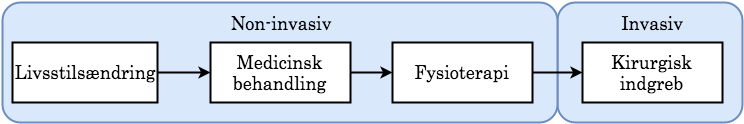
Earlier version of the draw.io export Projekt/figures/bProblemanalyse/flowchart_behandlingsforloeb_rettet.PNG (oliverDam/ST5-Gr5406). Source tidied: cells renumbered, new cells last; positions are measured from the earlier drawing's top-left corner, leaving out a move shared by most shapes.
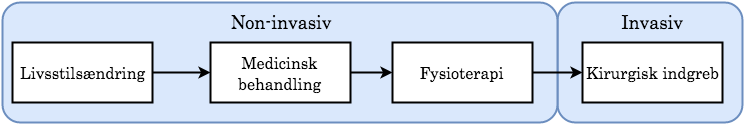
The same diagram one commit later.

Diff of the diagram source:
```diff
@@ -5,35 +5,35 @@
     <mxCell id="2" style="rounded=1;whiteSpace=wrap;html=1;shadow=0;glass=0;comic=0;strokeColor=#6c8ebf;strokeWidth=2;fontSize=18;fillColor=#dae8fc;fontFamily=Century;" parent="1" vertex="1">
       <mxGeometry x="555" width="185" height="120" as="geometry" />
     </mxCell>
-    <mxCell id="3" style="rounded=1;whiteSpace=wrap;html=1;shadow=0;glass=0;comic=0;strokeColor=#6c8ebf;strokeWidth=2;fontSize=18;fillColor=#dae8fc;fontFamily=Century;" parent="1" vertex="1">
+    <mxCell id="3" style="rounded=1;whiteSpace=wrap;html=1;shadow=0;glass=0;comic=0;strokeColor=#6c8ebf;strokeWidth=2;fontSize=18;fillColor=#dae8fc;fontFamily=Century;gradientColor=none;" parent="1" vertex="1">
       <mxGeometry width="555" height="120" as="geometry" />
     </mxCell>
     <mxCell id="4" style="edgeStyle=none;rounded=0;html=1;exitX=1;exitY=0.5;entryX=0;entryY=0.5;startArrow=none;startFill=0;endArrow=classic;endFill=1;jettySize=auto;strokeColor=#000000;strokeWidth=2;fontSize=18;fontFamily=Century;" parent="1" edge="1" source="5" target="7">
       <mxGeometry relative="1" as="geometry" />
     </mxCell>
-    <mxCell id="5" value="Livsstilsændring" style="whiteSpace=wrap;html=1;rounded=0;shadow=0;glass=0;comic=0;strokeColor=#000000;strokeWidth=2;fontSize=18;fontFamily=Century;" parent="1" vertex="1">
-      <mxGeometry x="10" y="40" width="145" height="60" as="geometry" />
+    <mxCell id="5" value="&lt;font style=&quot;font-size: 16px&quot;&gt;Livsstilsændring&lt;/font&gt;" style="whiteSpace=wrap;html=1;rounded=0;shadow=0;glass=0;comic=0;strokeColor=#000000;strokeWidth=2;fontSize=18;fontFamily=Century;" parent="1" vertex="1">
+      <mxGeometry x="10" y="40" width="140" height="60" as="geometry" />
     </mxCell>
     <mxCell id="6" style="edgeStyle=none;rounded=0;html=1;exitX=1;exitY=0.5;entryX=0;entryY=0.5;startArrow=none;startFill=0;endArrow=classic;endFill=1;jettySize=auto;strokeColor=#000000;strokeWidth=2;fontSize=18;fontFamily=Century;" parent="1" edge="1" source="7" target="9">
       <mxGeometry relative="1" as="geometry" />
     </mxCell>
-    <mxCell id="7" value="Medicinsk behandling" style="whiteSpace=wrap;html=1;rounded=0;shadow=0;glass=0;comic=0;strokeColor=#000000;strokeWidth=2;fontSize=18;fontFamily=Century;" parent="1" vertex="1">
+    <mxCell id="7" value="&lt;font style=&quot;font-size: 16px&quot;&gt;Medicinsk behandling&lt;/font&gt;" style="whiteSpace=wrap;html=1;rounded=0;shadow=0;glass=0;comic=0;strokeColor=#000000;strokeWidth=2;fontSize=18;fontFamily=Century;" parent="1" vertex="1">
       <mxGeometry x="208" y="40" width="140" height="60" as="geometry" />
     </mxCell>
     <mxCell id="8" style="edgeStyle=none;rounded=0;html=1;exitX=1;exitY=0.5;entryX=0;entryY=0.5;startArrow=none;startFill=0;endArrow=classic;endFill=1;jettySize=auto;strokeColor=#000000;strokeWidth=2;fontSize=18;fontFamily=Century;" parent="1" edge="1" source="9" target="10">
       <mxGeometry relative="1" as="geometry" />
     </mxCell>
-    <mxCell id="9" value="Fysioterapi" style="whiteSpace=wrap;html=1;rounded=0;shadow=0;glass=0;comic=0;strokeColor=#000000;strokeWidth=2;fontSize=18;fontFamily=Century;" parent="1" vertex="1">
+    <mxCell id="9" value="&lt;font style=&quot;font-size: 16px&quot;&gt;Fysioterapi&lt;/font&gt;" style="whiteSpace=wrap;html=1;rounded=0;shadow=0;glass=0;comic=0;strokeColor=#000000;strokeWidth=2;fontSize=18;fontFamily=Century;" parent="1" vertex="1">
       <mxGeometry x="390" y="40" width="140" height="60" as="geometry" />
     </mxCell>
-    <mxCell id="10" value="Kirurgisk indgreb" style="whiteSpace=wrap;html=1;rounded=0;shadow=0;glass=0;comic=0;strokeColor=#000000;strokeWidth=2;fontSize=18;fontFamily=Century;" parent="1" vertex="1">
+    <mxCell id="10" value="&lt;font style=&quot;font-size: 16px&quot;&gt;Kirurgisk indgreb&lt;/font&gt;" style="whiteSpace=wrap;html=1;rounded=0;shadow=0;glass=0;comic=0;strokeColor=#000000;strokeWidth=2;fontSize=18;fontFamily=Century;" parent="1" vertex="1">
       <mxGeometry x="580" y="40" width="140" height="60" as="geometry" />
     </mxCell>
-    <mxCell id="11" value="Non-invasiv" style="text;html=1;strokeColor=none;fillColor=none;align=center;verticalAlign=middle;whiteSpace=wrap;rounded=1;shadow=0;glass=0;comic=0;fontSize=18;fontFamily=Century;" parent="1" vertex="1">
-      <mxGeometry x="198" y="10" width="160" height="20" as="geometry" />
+    <mxCell id="11" value="&lt;font style=&quot;font-size: 18px&quot;&gt;Non-invasiv&lt;/font&gt;" style="text;html=1;strokeColor=none;fillColor=none;align=center;verticalAlign=middle;whiteSpace=wrap;rounded=1;shadow=0;glass=0;comic=0;fontSize=18;fontFamily=Century;" parent="1" vertex="1">
+      <mxGeometry x="198" y="10" width="160" height="18" as="geometry" />
     </mxCell>
-    <mxCell id="12" value="Invasiv" style="text;html=1;strokeColor=none;fillColor=none;align=center;verticalAlign=middle;whiteSpace=wrap;rounded=1;shadow=0;glass=0;comic=0;fontSize=18;fontFamily=Century;" parent="1" vertex="1">
-      <mxGeometry x="570" y="10" width="160" height="20" as="geometry" />
+    <mxCell id="12" value="&lt;font style=&quot;font-size: 18px&quot;&gt;Invasiv&lt;/font&gt;" style="text;html=1;strokeColor=none;fillColor=none;align=center;verticalAlign=middle;whiteSpace=wrap;rounded=1;shadow=0;glass=0;comic=0;fontSize=18;fontFamily=Century;" parent="1" vertex="1">
+      <mxGeometry x="570" y="10" width="160" height="18" as="geometry" />
     </mxCell>
   </root>
 </mxGraphModel>
```
